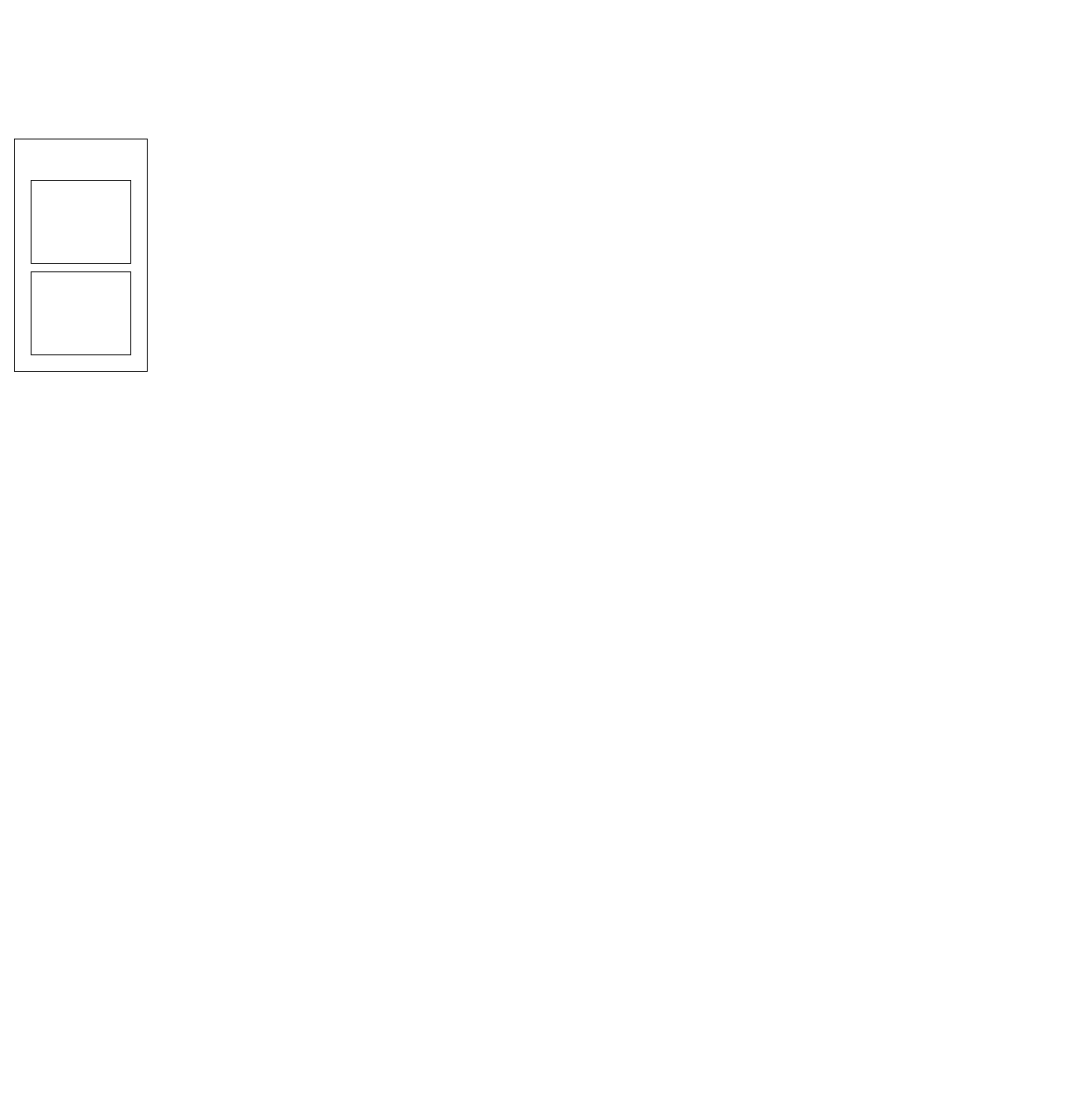
limichael246/STARS_2024 keeps this draw.io diagram as Untitled Diagram.drawio. Above is the earlier version. Source tidied: cells renumbered, new cells numbered last; positions are measured from the earlier drawing's top-left corner, leaving out a move shared by most shapes. Both pictures are drawn from the tidied source at 83%, with x=0, y=0 at pixel (14, 139).
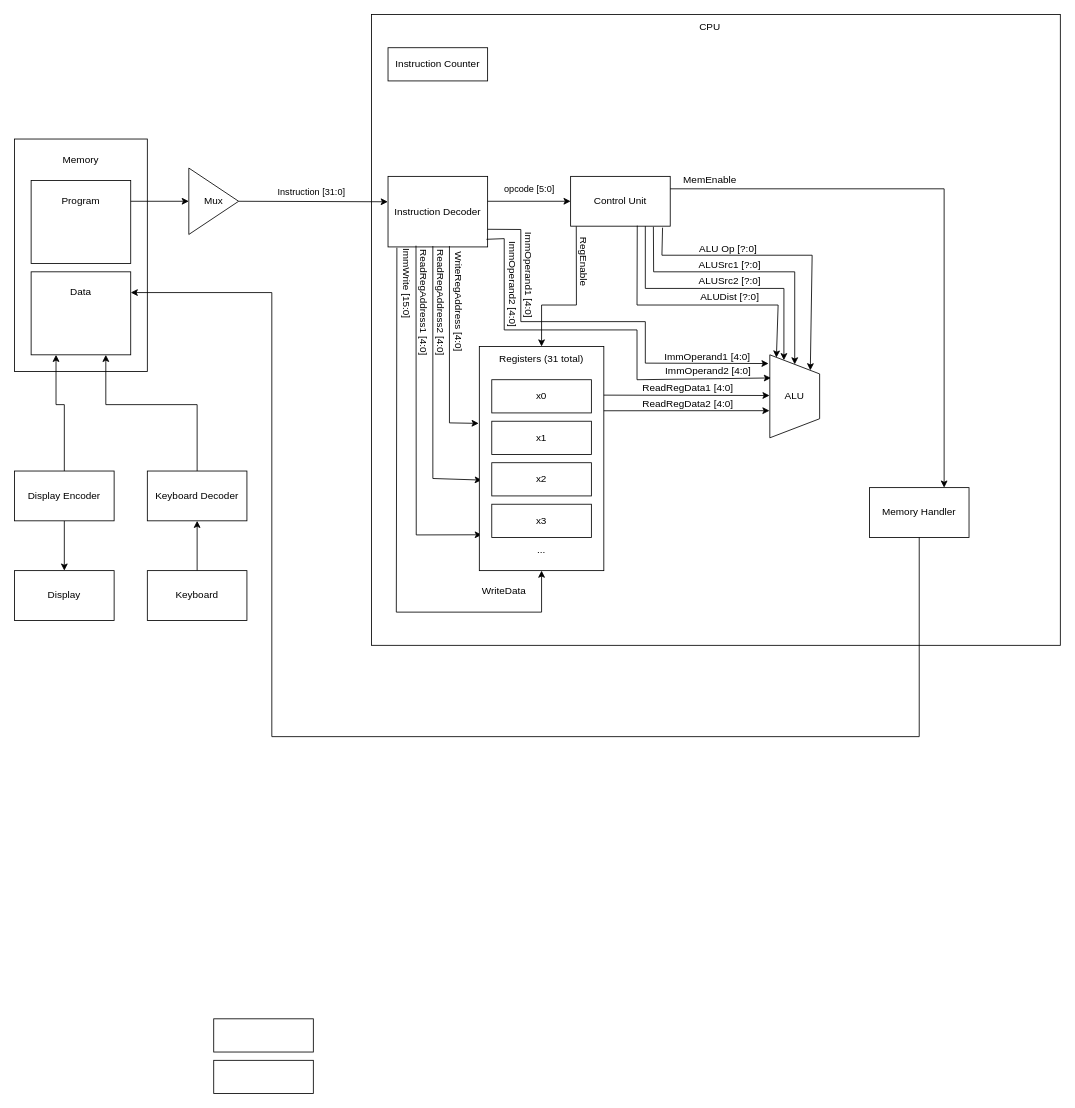
After the change.

The change refers to these unchanged cells:
```xml
<mxCell id="3" style="rounded=0;whiteSpace=wrap;html=1;" parent="1" vertex="1">
  <mxGeometry x="20" y="50" width="120" height="100" as="geometry" />
</mxCell>
<mxCell id="4" style="rounded=0;whiteSpace=wrap;html=1;" parent="1" vertex="1">
  <mxGeometry x="20" y="160" width="120" height="100" as="geometry" />
</mxCell>
```

Diff of the diagram source:
```diff
@@
+    <mxCell id="5" style="rounded=0;whiteSpace=wrap;html=1;" parent="1" vertex="1">
+      <mxGeometry x="430" y="-150" width="830" height="760" as="geometry" />
+    </mxCell>
+    <mxCell id="6" style="verticalLabelPosition=middle;verticalAlign=middle;html=1;shape=trapezoid;perimeter=trapezoidPerimeter;whiteSpace=wrap;size=0.23;arcSize=10;flipV=1;labelPosition=center;align=center;rotation=-90;" parent="1" vertex="1">
+      <mxGeometry x="890" y="280" width="100" height="60" as="geometry" />
+    </mxCell>
+    <mxCell id="7" value="Instruction Decoder" style="rounded=0;whiteSpace=wrap;html=1;" parent="1" vertex="1">
+      <mxGeometry x="450" y="45" width="120" height="85" as="geometry" />
+    </mxCell>
+    <mxCell id="8" value="Control Unit" style="rounded=0;whiteSpace=wrap;html=1;" parent="1" vertex="1">
+      <mxGeometry x="670" y="45" width="120" height="60" as="geometry" />
+    </mxCell>
+    <mxCell id="9" style="rounded=0;whiteSpace=wrap;html=1;" parent="1" vertex="1">
+      <mxGeometry x="240" y="1110" width="120" height="40" as="geometry" />
+    </mxCell>
+    <mxCell id="10" style="rounded=0;whiteSpace=wrap;html=1;" parent="1" vertex="1">
+      <mxGeometry x="240" y="1060" width="120" height="40" as="geometry" />
+    </mxCell>
+    <mxCell id="11" style="edgeStyle=orthogonalEdgeStyle;rounded=0;jettySize=auto;html=1;" parent="1" edge="1" source="12" target="14">
+      <mxGeometry relative="1" as="geometry" />
+    </mxCell>
+    <mxCell id="12" value="Display Encoder" style="rounded=0;whiteSpace=wrap;html=1;" parent="1" vertex="1">
+      <mxGeometry y="400" width="120" height="60" as="geometry" />
+    </mxCell>
+    <mxCell id="13" value="Keyboard Decoder" style="rounded=0;whiteSpace=wrap;html=1;" parent="1" vertex="1">
+      <mxGeometry x="160" y="400" width="120" height="60" as="geometry" />
+    </mxCell>
+    <mxCell id="14" value="Display" style="rounded=0;whiteSpace=wrap;html=1;" parent="1" vertex="1">
+      <mxGeometry y="520" width="120" height="60" as="geometry" />
+    </mxCell>
+    <mxCell id="15" style="edgeStyle=orthogonalEdgeStyle;rounded=0;jettySize=auto;html=1;entryX=0.5;entryY=1;entryDx=0;entryDy=0;" parent="1" edge="1" source="16" target="13">
+      <mxGeometry relative="1" as="geometry" />
+    </mxCell>
+    <mxCell id="16" value="Keyboard" style="rounded=0;whiteSpace=wrap;html=1;" parent="1" vertex="1">
+      <mxGeometry x="160" y="520" width="120" height="60" as="geometry" />
+    </mxCell>
+    <mxCell id="17" value="Instruction Counter" style="rounded=0;whiteSpace=wrap;html=1;" parent="1" vertex="1">
+      <mxGeometry x="450" y="-110" width="120" height="40" as="geometry" />
+    </mxCell>
+    <mxCell id="18" value="ALU" style="text;html=1;align=center;verticalAlign=middle;whiteSpace=wrap;rounded=0;" parent="1" vertex="1">
+      <mxGeometry x="910" y="295" width="60" height="30" as="geometry" />
+    </mxCell>
+    <mxCell id="19" value="Memory" style="text;html=1;align=center;verticalAlign=middle;whiteSpace=wrap;rounded=0;" parent="1" vertex="1">
+      <mxGeometry x="50" y="10" width="60" height="30" as="geometry" />
+    </mxCell>
+    <mxCell id="20" value="Program" style="text;html=1;align=center;verticalAlign=middle;whiteSpace=wrap;rounded=0;" parent="1" vertex="1">
+      <mxGeometry x="50" y="60" width="60" height="30" as="geometry" />
+    </mxCell>
+    <mxCell id="21" value="Data" style="text;html=1;align=center;verticalAlign=middle;whiteSpace=wrap;rounded=0;" parent="1" vertex="1">
+      <mxGeometry x="50" y="170" width="60" height="30" as="geometry" />
+    </mxCell>
+    <mxCell id="22" style="endArrow=classic;html=1;rounded=0;exitX=0.5;exitY=0;exitDx=0;exitDy=0;entryX=0.75;entryY=1;entryDx=0;entryDy=0;" parent="1" edge="1" source="13" target="4">
+      <mxGeometry relative="1" as="geometry">
+        <Array as="points">
+          <mxPoint x="220" y="320" />
+          <mxPoint x="110" y="320" />
+        </Array>
+      </mxGeometry>
+    </mxCell>
+    <mxCell id="23" style="endArrow=classic;html=1;rounded=0;exitX=0.5;exitY=0;exitDx=0;exitDy=0;entryX=0.25;entryY=1;entryDx=0;entryDy=0;" parent="1" edge="1" source="12" target="4">
+      <mxGeometry relative="1" as="geometry">
+        <Array as="points">
+          <mxPoint x="60" y="320" />
+          <mxPoint x="50" y="320" />
+        </Array>
+      </mxGeometry>
+    </mxCell>
+    <mxCell id="24" style="endArrow=classic;html=1;rounded=0;entryX=-0.002;entryY=0.36;entryDx=0;entryDy=0;exitX=1;exitY=0.5;exitDx=0;exitDy=0;entryPerimeter=0;" parent="1" edge="1" source="42" target="7">
+      <mxGeometry y="15" relative="1" as="geometry" />
+    </mxCell>
+    <mxCell id="25" value="CPU" style="text;html=1;align=center;verticalAlign=middle;whiteSpace=wrap;rounded=0;" parent="1" vertex="1">
+      <mxGeometry x="808" y="-150" width="60" height="30" as="geometry" />
+    </mxCell>
+    <mxCell id="26" value="opcode [5:0]" style="endArrow=classic;html=1;rounded=0;exitX=1;exitY=0.5;exitDx=0;exitDy=0;entryX=0;entryY=0.5;entryDx=0;entryDy=0;" parent="1" edge="1">
+      <mxGeometry y="15" relative="1" as="geometry">
+        <mxPoint x="570" y="75" as="sourcePoint" />
+        <mxPoint x="670" y="75" as="targetPoint" />
+      </mxGeometry>
+    </mxCell>
+    <mxCell id="27" style="endArrow=classic;html=1;rounded=0;exitX=0.048;exitY=1.003;exitDx=0;exitDy=0;exitPerimeter=0;entryX=0.5;entryY=0;entryDx=0;entryDy=0;" parent="1" edge="1" target="61">
+      <mxGeometry relative="1" as="geometry">
+        <mxPoint x="676.8" y="105.2" as="sourcePoint" />
+        <Array as="points">
+          <mxPoint x="677" y="200" />
+          <mxPoint x="635" y="200" />
+        </Array>
+      </mxGeometry>
+    </mxCell>
+    <mxCell id="28" value="RegEnable" style="text;html=1;align=center;verticalAlign=middle;whiteSpace=wrap;rounded=0;rotation=90;" parent="1" vertex="1">
+      <mxGeometry x="656" y="133" width="60" height="30" as="geometry" />
+    </mxCell>
+    <mxCell id="29" style="endArrow=classic;html=1;rounded=0;exitX=0.081;exitY=0.992;exitDx=0;exitDy=0;exitPerimeter=0;entryX=0.02;entryY=0.84;entryDx=0;entryDy=0;entryPerimeter=0;" parent="1" edge="1" target="56">
+      <mxGeometry relative="1" as="geometry">
+        <mxPoint x="483.7" y="128.5" as="sourcePoint" />
+        <Array as="points">
+          <mxPoint x="484" y="477" />
+        </Array>
+      </mxGeometry>
+    </mxCell>
+    <mxCell id="30" value="ReadRegAddress1 [4:0]" style="text;html=1;align=center;verticalAlign=middle;whiteSpace=wrap;rounded=0;rotation=90;" parent="1" vertex="1">
+      <mxGeometry x="428.5" y="181.5" width="131" height="30" as="geometry" />
+    </mxCell>
+    <mxCell id="31" style="endArrow=classic;html=1;rounded=0;exitX=0.25;exitY=1;exitDx=0;exitDy=0;entryX=0.02;entryY=0.596;entryDx=0;entryDy=0;entryPerimeter=0;" parent="1" edge="1" target="56">
+      <mxGeometry relative="1" as="geometry">
+        <mxPoint x="504" y="129" as="sourcePoint" />
+        <Array as="points">
+          <mxPoint x="504" y="409" />
+        </Array>
+      </mxGeometry>
+    </mxCell>
+    <mxCell id="32" value="ReadRegAddress2 [4:0]" style="text;html=1;align=center;verticalAlign=middle;whiteSpace=wrap;rounded=0;rotation=90;" parent="1" vertex="1">
+      <mxGeometry x="448.5" y="181.5" width="131" height="30" as="geometry" />
+    </mxCell>
+    <mxCell id="33" style="endArrow=classic;html=1;rounded=0;exitX=0.5;exitY=1;exitDx=0;exitDy=0;entryX=-0.005;entryY=0.343;entryDx=0;entryDy=0;entryPerimeter=0;" parent="1" edge="1" target="56">
+      <mxGeometry relative="1" as="geometry">
+        <mxPoint x="524" y="129" as="sourcePoint" />
+        <Array as="points">
+          <mxPoint x="524" y="342" />
+        </Array>
+      </mxGeometry>
+    </mxCell>
+    <mxCell id="34" value="WriteRegAddress [4:0]" style="text;html=1;align=center;verticalAlign=middle;whiteSpace=wrap;rounded=0;rotation=90;" parent="1" vertex="1">
+      <mxGeometry x="471.5" y="180.5" width="129" height="30" as="geometry" />
+    </mxCell>
+    <mxCell id="35" style="endArrow=classic;html=1;rounded=0;exitX=0.089;exitY=1.011;exitDx=0;exitDy=0;exitPerimeter=0;entryX=0.5;entryY=1;entryDx=0;entryDy=0;" parent="1" edge="1" source="7" target="56">
+      <mxGeometry relative="1" as="geometry">
+        <Array as="points">
+          <mxPoint x="460" y="570" />
+          <mxPoint x="635" y="570" />
+        </Array>
+      </mxGeometry>
+    </mxCell>
+    <mxCell id="36" value="ImmWrite [15:0]" style="text;html=1;align=center;verticalAlign=middle;whiteSpace=wrap;rounded=0;rotation=90;" parent="1" vertex="1">
+      <mxGeometry x="417" y="159" width="110" height="30" as="geometry" />
+    </mxCell>
+    <mxCell id="37" value="WriteData" style="text;html=1;align=center;verticalAlign=middle;whiteSpace=wrap;rounded=0;" parent="1" vertex="1">
+      <mxGeometry x="560" y="530" width="60" height="30" as="geometry" />
+    </mxCell>
+    <mxCell id="38" style="endArrow=classic;html=1;rounded=0;exitX=0.923;exitY=1.03;exitDx=0;exitDy=0;exitPerimeter=0;entryX=1;entryY=1;entryDx=0;entryDy=0;" parent="1" edge="1" source="8" target="6">
+      <mxGeometry relative="1" as="geometry">
+        <Array as="points">
+          <mxPoint x="780" y="140" />
+          <mxPoint x="961" y="140" />
+        </Array>
+      </mxGeometry>
+    </mxCell>
+    <mxCell id="39" value="ALU Op [?:0]" style="text;html=1;align=center;verticalAlign=middle;whiteSpace=wrap;rounded=0;" parent="1" vertex="1">
+      <mxGeometry x="800" y="118" width="120" height="30" as="geometry" />
+    </mxCell>
+    <mxCell id="40" value="&#10;&lt;span style=&quot;color: rgb(0, 0, 0); font-family: Helvetica; font-size: 11px; font-style: normal; font-variant-ligatures: normal; font-variant-caps: normal; font-weight: 400; letter-spacing: normal; orphans: 2; text-align: center; text-indent: 0px; text-transform: none; widows: 2; word-spacing: 0px; -webkit-text-stroke-width: 0px; white-space: nowrap; background-color: rgb(255, 255, 255); text-decoration-thickness: initial; text-decoration-style: initial; text-decoration-color: initial; display: inline !important; float: none;&quot;&gt;Instruction [31:0]&lt;/span&gt;&#10;&#10;" style="text;html=1;align=center;verticalAlign=middle;whiteSpace=wrap;rounded=0;" parent="1" vertex="1">
+      <mxGeometry x="308" y="56" width="100" height="30" as="geometry" />
+    </mxCell>
+    <mxCell id="41" style="endArrow=classic;html=1;rounded=0;entryX=0;entryY=0.5;entryDx=0;entryDy=0;exitX=1;exitY=0.25;exitDx=0;exitDy=0;" parent="1" edge="1" source="3" target="42">
+      <mxGeometry y="15" relative="1" as="geometry" />
+    </mxCell>
+    <mxCell id="42" value="Mux" style="triangle;whiteSpace=wrap;html=1;" parent="1" vertex="1">
+      <mxGeometry x="210" y="35" width="60" height="80" as="geometry" />
+    </mxCell>
+    <mxCell id="43" value="Memory Handler" style="rounded=0;whiteSpace=wrap;html=1;" parent="1" vertex="1">
+      <mxGeometry x="1030" y="420" width="120" height="60" as="geometry" />
+    </mxCell>
+    <mxCell id="44" style="endArrow=classic;html=1;rounded=0;exitX=1;exitY=0.25;exitDx=0;exitDy=0;entryX=0.75;entryY=0;entryDx=0;entryDy=0;" parent="1" edge="1" source="8" target="43">
+      <mxGeometry relative="1" as="geometry">
+        <Array as="points">
+          <mxPoint x="1120" y="60" />
+        </Array>
+      </mxGeometry>
+    </mxCell>
+    <mxCell id="45" value="MemEnable" style="text;html=1;align=center;verticalAlign=middle;whiteSpace=wrap;rounded=0;" parent="1" vertex="1">
+      <mxGeometry x="808" y="34" width="60" height="30" as="geometry" />
+    </mxCell>
+    <mxCell id="46" style="endArrow=classic;html=1;rounded=0;entryX=1;entryY=0.25;entryDx=0;entryDy=0;exitX=0.5;exitY=1;exitDx=0;exitDy=0;" parent="1" edge="1" source="43" target="4">
+      <mxGeometry relative="1" as="geometry">
+        <Array as="points">
+          <mxPoint x="1090" y="720" />
+          <mxPoint x="310" y="720" />
+          <mxPoint x="310" y="185" />
+        </Array>
+      </mxGeometry>
+    </mxCell>
+    <mxCell id="47" style="endArrow=classic;html=1;rounded=0;exitX=0.831;exitY=1.012;exitDx=0;exitDy=0;exitPerimeter=0;entryX=1;entryY=0.5;entryDx=0;entryDy=0;" parent="1" edge="1" source="8" target="6">
+      <mxGeometry relative="1" as="geometry">
+        <Array as="points">
+          <mxPoint x="770" y="160" />
+          <mxPoint x="940" y="160" />
+        </Array>
+      </mxGeometry>
+    </mxCell>
+    <mxCell id="48" value="ALUSrc1 [?:0]" style="text;html=1;align=center;verticalAlign=middle;whiteSpace=wrap;rounded=0;" parent="1" vertex="1">
+      <mxGeometry x="802" y="137" width="120" height="30" as="geometry" />
+    </mxCell>
+    <mxCell id="49" style="endArrow=classic;html=1;rounded=0;entryX=1;entryY=0.25;entryDx=0;entryDy=0;exitX=0.75;exitY=1;exitDx=0;exitDy=0;" parent="1" edge="1" source="8" target="6">
+      <mxGeometry relative="1" as="geometry">
+        <Array as="points">
+          <mxPoint x="760" y="180" />
+          <mxPoint x="927" y="180" />
+        </Array>
+      </mxGeometry>
+    </mxCell>
+    <mxCell id="50" value="ALUSrc2 [?:0]" style="text;html=1;align=center;verticalAlign=middle;whiteSpace=wrap;rounded=0;" parent="1" vertex="1">
+      <mxGeometry x="802" y="156" width="120" height="30" as="geometry" />
+    </mxCell>
+    <mxCell id="51" style="endArrow=classic;html=1;rounded=0;exitX=0.994;exitY=0.076;exitDx=0;exitDy=0;exitPerimeter=0;entryX=0.89;entryY=1.005;entryDx=0;entryDy=0;entryPerimeter=0;" parent="1" edge="1">
+      <mxGeometry relative="1" as="geometry">
+        <mxPoint x="685.1" y="308.5" as="sourcePoint" />
+        <mxPoint x="909.7" y="309" as="targetPoint" />
+      </mxGeometry>
+    </mxCell>
+    <mxCell id="52" value="ReadRegData1 [4:0]" style="text;html=1;align=center;verticalAlign=middle;whiteSpace=wrap;rounded=0;" parent="1" vertex="1">
+      <mxGeometry x="753" y="285" width="117" height="30" as="geometry" />
+    </mxCell>
+    <mxCell id="53" style="endArrow=classic;html=1;rounded=0;exitX=1.002;exitY=0.146;exitDx=0;exitDy=0;exitPerimeter=0;entryX=-0.007;entryY=-0.19;entryDx=0;entryDy=0;entryPerimeter=0;" parent="1" edge="1">
+      <mxGeometry relative="1" as="geometry">
+        <mxPoint x="686.3" y="327.4" as="sourcePoint" />
+        <mxPoint x="909.6" y="327.3" as="targetPoint" />
+      </mxGeometry>
+    </mxCell>
+    <mxCell id="54" value="ReadRegData2 [4:0]" style="text;html=1;align=center;verticalAlign=middle;whiteSpace=wrap;rounded=0;" parent="1" vertex="1">
+      <mxGeometry x="753" y="304" width="117" height="30" as="geometry" />
+    </mxCell>
+    <mxCell id="55" style="endArrow=classic;html=1;rounded=0;entryX=0.022;entryY=-0.238;entryDx=0;entryDy=0;entryPerimeter=0;exitX=0.989;exitY=0.892;exitDx=0;exitDy=0;exitPerimeter=0;" parent="1" edge="1" source="7" target="18">
+      <mxGeometry relative="1" as="geometry">
+        <Array as="points">
+          <mxPoint x="590" y="120" />
+          <mxPoint x="590" y="230" />
+          <mxPoint x="750" y="230" />
+          <mxPoint x="750" y="290" />
+        </Array>
+      </mxGeometry>
+    </mxCell>
+    <mxCell id="56" style="rounded=0;whiteSpace=wrap;html=1;" parent="1" vertex="1">
+      <mxGeometry x="560" y="250" width="150" height="270" as="geometry" />
+    </mxCell>
+    <mxCell id="57" value="x0" style="rounded=0;whiteSpace=wrap;html=1;" parent="1" vertex="1">
+      <mxGeometry x="575" y="290" width="120" height="40" as="geometry" />
+    </mxCell>
+    <mxCell id="58" value="x1" style="rounded=0;whiteSpace=wrap;html=1;" parent="1" vertex="1">
+      <mxGeometry x="575" y="340" width="120" height="40" as="geometry" />
+    </mxCell>
+    <mxCell id="59" value="x2" style="rounded=0;whiteSpace=wrap;html=1;" parent="1" vertex="1">
+      <mxGeometry x="575" y="390" width="120" height="40" as="geometry" />
+    </mxCell>
+    <mxCell id="60" value="x3" style="rounded=0;whiteSpace=wrap;html=1;" parent="1" vertex="1">
+      <mxGeometry x="575" y="440" width="120" height="40" as="geometry" />
+    </mxCell>
+    <mxCell id="61" value="Registers (31 total)" style="text;html=1;align=center;verticalAlign=middle;whiteSpace=wrap;rounded=0;" parent="1" vertex="1">
+      <mxGeometry x="580" y="250" width="110" height="30" as="geometry" />
+    </mxCell>
+    <mxCell id="62" value="..." style="text;html=1;align=center;verticalAlign=middle;whiteSpace=wrap;rounded=0;" parent="1" vertex="1">
+      <mxGeometry x="605" y="480" width="60" height="30" as="geometry" />
+    </mxCell>
+    <mxCell id="63" style="endArrow=classic;html=1;rounded=0;entryX=0.895;entryY=1.025;entryDx=0;entryDy=0;entryPerimeter=0;exitX=1;exitY=0.75;exitDx=0;exitDy=0;" parent="1" edge="1" source="7" target="6">
+      <mxGeometry relative="1" as="geometry">
+        <Array as="points">
+          <mxPoint x="610" y="109" />
+          <mxPoint x="610" y="220" />
+          <mxPoint x="760" y="220" />
+          <mxPoint x="760" y="270" />
+        </Array>
+      </mxGeometry>
+    </mxCell>
+    <mxCell id="64" value="ImmOperand2 [4:0]" style="text;html=1;align=center;verticalAlign=middle;whiteSpace=wrap;rounded=0;rotation=90;" parent="1" vertex="1">
+      <mxGeometry x="545" y="160" width="110" height="30" as="geometry" />
+    </mxCell>
+    <mxCell id="65" value="ImmOperand1 [4:0]" style="text;html=1;align=center;verticalAlign=middle;whiteSpace=wrap;rounded=0;rotation=90;" parent="1" vertex="1">
+      <mxGeometry x="565" y="149" width="110" height="30" as="geometry" />
+    </mxCell>
+    <mxCell id="66" value="ImmOperand1 [4:0]" style="text;html=1;align=center;verticalAlign=middle;whiteSpace=wrap;rounded=0;rotation=0;" parent="1" vertex="1">
+      <mxGeometry x="780" y="248" width="110" height="30" as="geometry" />
+    </mxCell>
+    <mxCell id="67" value="ImmOperand2 [4:0]" style="text;html=1;align=center;verticalAlign=middle;whiteSpace=wrap;rounded=0;rotation=0;" parent="1" vertex="1">
+      <mxGeometry x="781" y="265" width="110" height="30" as="geometry" />
+    </mxCell>
+    <mxCell id="68" style="endArrow=classic;html=1;rounded=0;exitX=0.669;exitY=0.989;exitDx=0;exitDy=0;exitPerimeter=0;entryX=0.967;entryY=0.868;entryDx=0;entryDy=0;entryPerimeter=0;" parent="1" edge="1" source="8" target="6">
+      <mxGeometry relative="1" as="geometry">
+        <Array as="points">
+          <mxPoint x="750" y="200" />
+          <mxPoint x="920" y="200" />
+        </Array>
+      </mxGeometry>
+    </mxCell>
+    <mxCell id="69" value="ALUDist [?:0]" style="text;html=1;align=center;verticalAlign=middle;whiteSpace=wrap;rounded=0;" parent="1" vertex="1">
+      <mxGeometry x="802" y="176" width="120" height="30" as="geometry" />
+    </mxCell>
```
